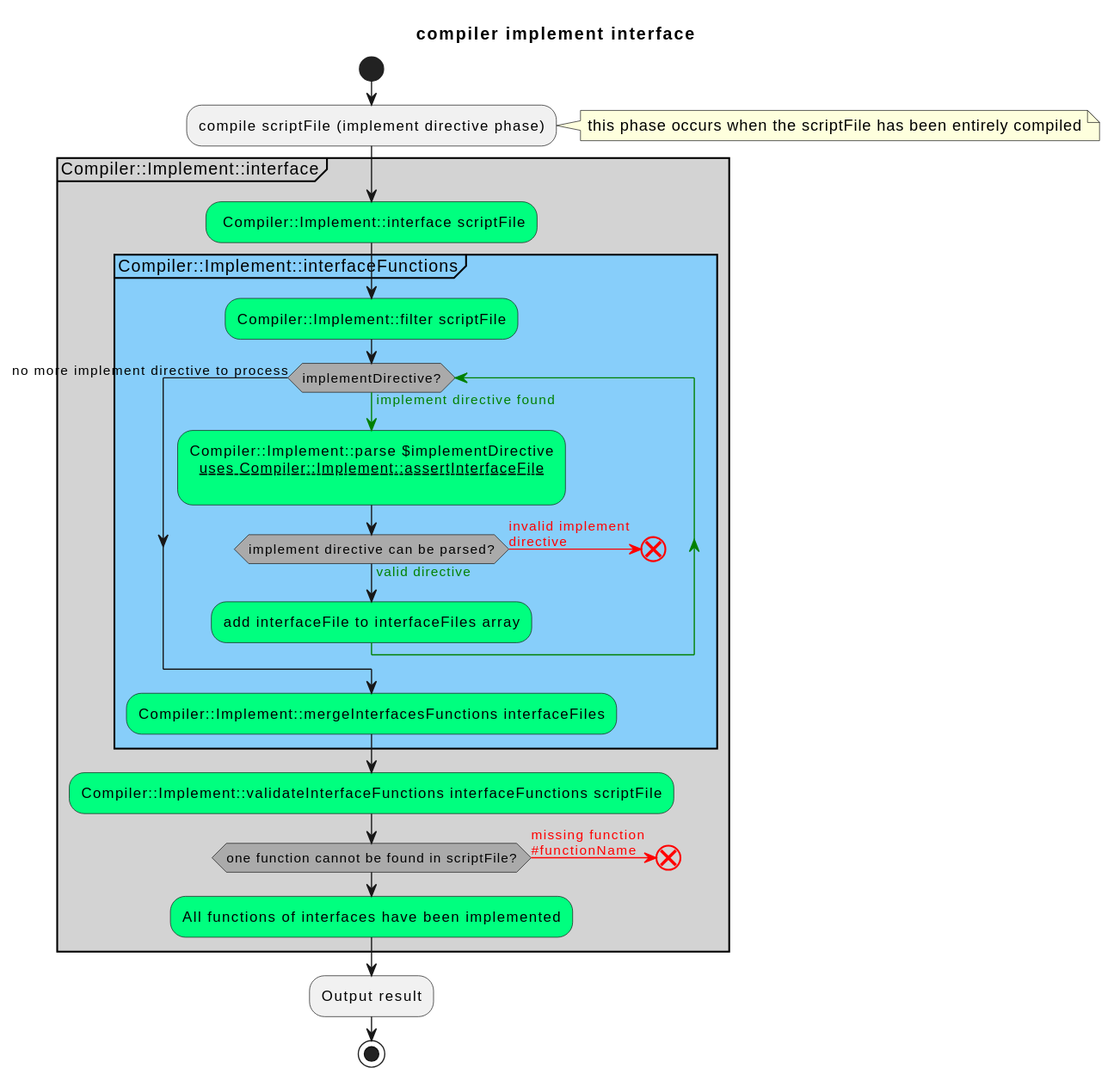
Before: pages/images/compilerImplementDirective.svg, a diagram exported from PlantUML (fchastanet/bash-tools-framework).
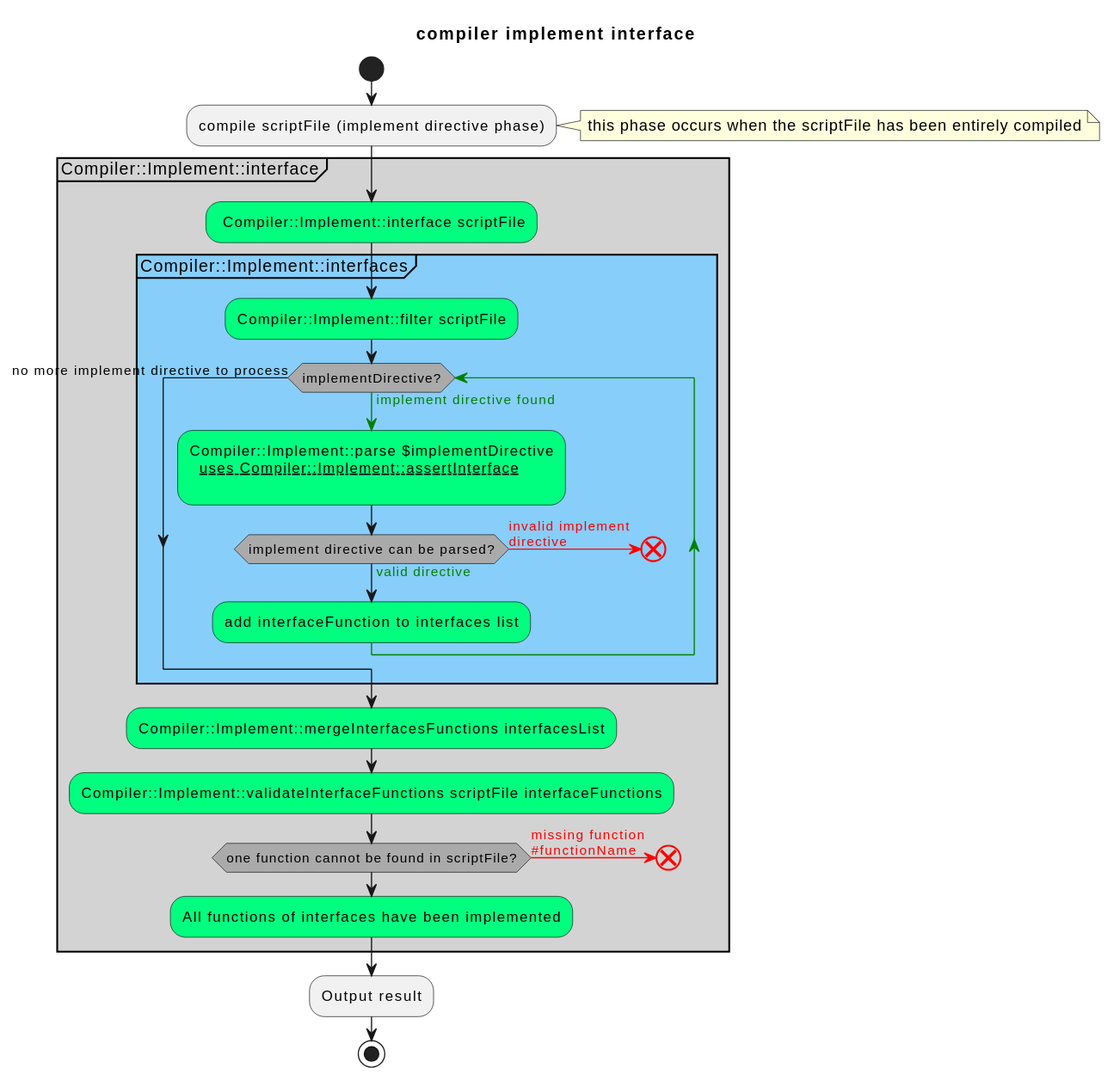
The same diagram one commit later.

Change to the diagram source:
```diff
@@ -13,12 +13,12 @@
 
   #SpringGreen: Compiler::Implement::interface scriptFile;
 
-  partition Compiler::Implement::interfaceFunctions #LightSkyBlue {
+  partition Compiler::Implement::interfaces #LightSkyBlue {
     #SpringGreen:Compiler::Implement::filter scriptFile;
     while (implementDirective?) is (<color:green>implement directive found)
       -[#green]->
         #SpringGreen:Compiler::Implement::parse $implementDirective
-          ~~uses Compiler::Implement::assertInterfaceFile~~
+          ~~uses Compiler::Implement::assertInterface~~
         ;
         if (implement directive can be parsed?) is (<color:green>valid directive) then
           -[#green]->
@@ -26,14 +26,14 @@
           -[#red]->
           end
         endif
-        #SpringGreen:add interfaceFile to interfaceFiles array;
+        #SpringGreen:add interfaceFunction to interfaces list;
         -[#green]->
     endwhile (no more implement directive to process)
 
-    #SpringGreen:Compiler::Implement::mergeInterfacesFunctions interfaceFiles;
   }
+  #SpringGreen:Compiler::Implement::mergeInterfacesFunctions interfacesList;
 
-  #SpringGreen:Compiler::Implement::validateInterfaceFunctions interfaceFunctions scriptFile;
+  #SpringGreen:Compiler::Implement::validateInterfaceFunctions scriptFile interfaceFunctions;
   if (one function cannot be found in scriptFile?) is (<color:red>missing function\n<color:red>#functionName) then
     -[#red]->
     end
```
